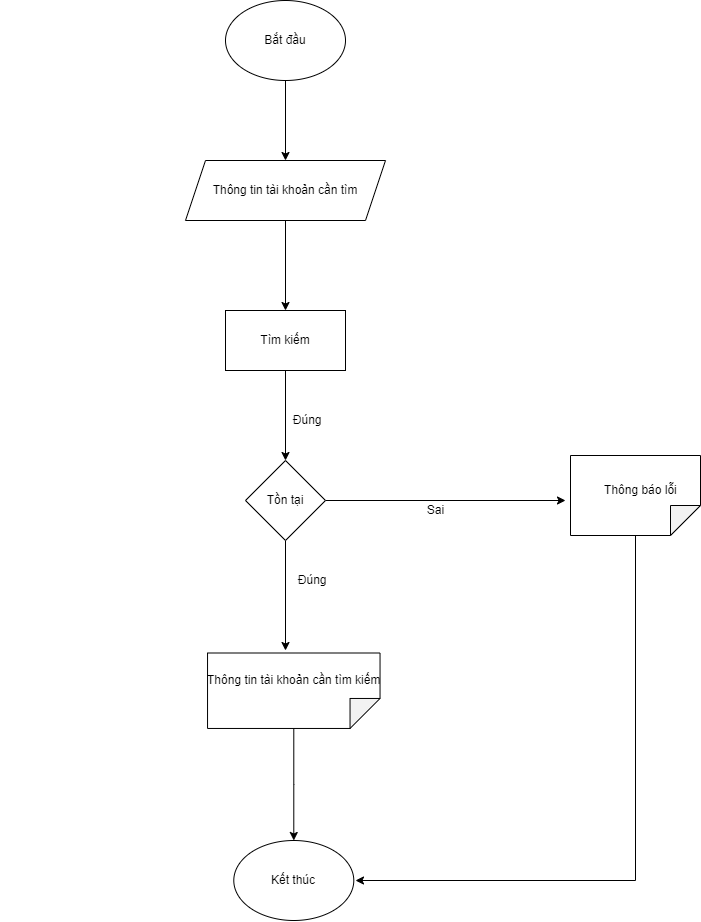
Above: Word/PRD/PNG/timkiemtaikhoan.drawio.png in hungtadasuke/CoffeShop_SoftwareTechnology (draw.io), before the change. Source tidied: cells renumbered, new cells last; positions are measured from the earlier drawing's top-left corner, leaving out a move shared by most shapes.
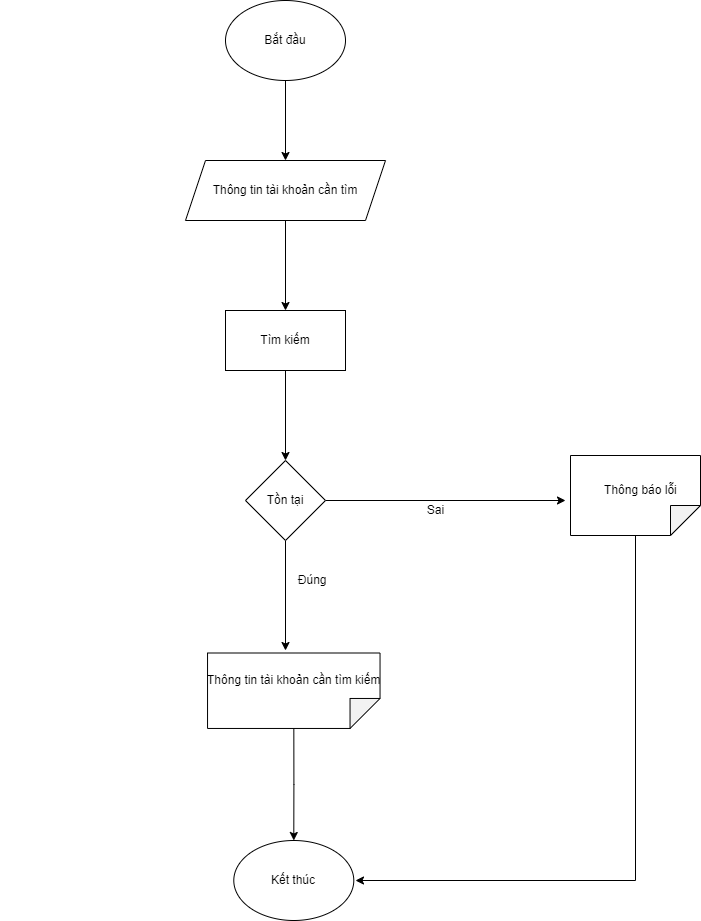
The same file after the commit.

Change to the diagram source:
```diff
@@ -53,9 +53,6 @@
     <mxCell id="15" value="Kết thúc" style="ellipse;whiteSpace=wrap;html=1;" parent="1" vertex="1">
       <mxGeometry x="233.3" y="840" width="120" height="80" as="geometry" />
     </mxCell>
-    <mxCell id="16" value="&amp;nbsp; &amp;nbsp; &amp;nbsp; &amp;nbsp; &amp;nbsp; &amp;nbsp; &amp;nbsp; &amp;nbsp; &amp;nbsp; &amp;nbsp;Đúng" style="text;html=1;align=center;verticalAlign=middle;strokeColor=none;fillColor=none;" parent="1" vertex="1">
-      <mxGeometry x="220" y="410" width="110" height="20" as="geometry" />
-    </mxCell>
     <mxCell id="17" value="&amp;nbsp; &amp;nbsp; &amp;nbsp; &amp;nbsp; &amp;nbsp; &amp;nbsp; &amp;nbsp; &amp;nbsp; &amp;nbsp; &amp;nbsp; &amp;nbsp; &amp;nbsp; &amp;nbsp; &amp;nbsp; &amp;nbsp; &amp;nbsp; &amp;nbsp; &amp;nbsp; &amp;nbsp; &amp;nbsp; &amp;nbsp; &amp;nbsp; &amp;nbsp; &amp;nbsp; &amp;nbsp; &amp;nbsp; &amp;nbsp; &amp;nbsp; &amp;nbsp; &amp;nbsp; &amp;nbsp; &amp;nbsp;Thông báo lỗi" style="text;html=1;align=center;verticalAlign=middle;strokeColor=none;fillColor=none;" parent="1" vertex="1">
       <mxGeometry x="385" y="480" width="300" height="20" as="geometry" />
     </mxCell>
```
